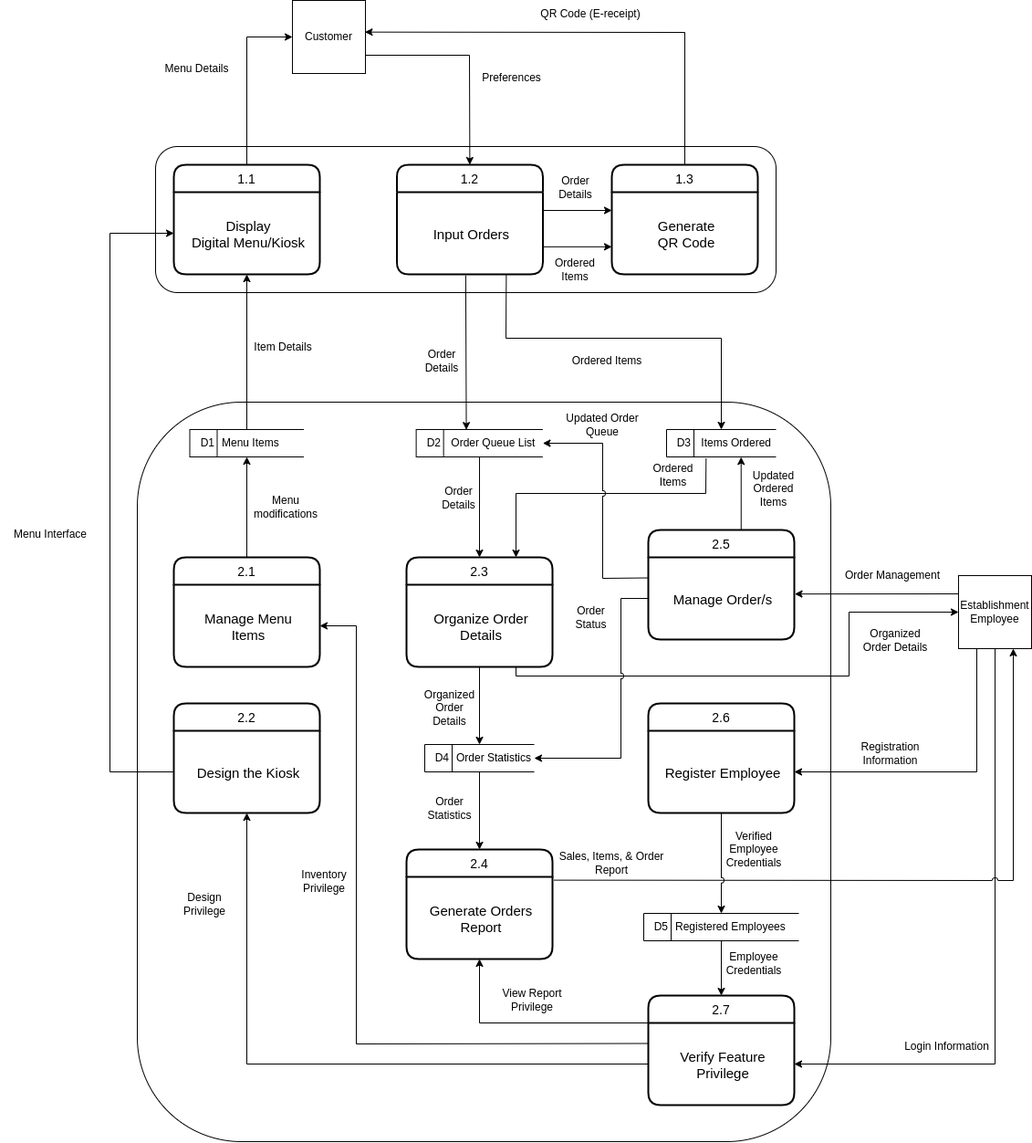
This is DOCS/Diagrams/DFD Child Diagrams.png from alexxGmZ/MenuMaApp, a draw.io export, as it was before one commit. Source tidied: cells renumbered, new cells last; positions are measured from the earlier drawing's top-left corner, leaving out a move shared by most shapes.
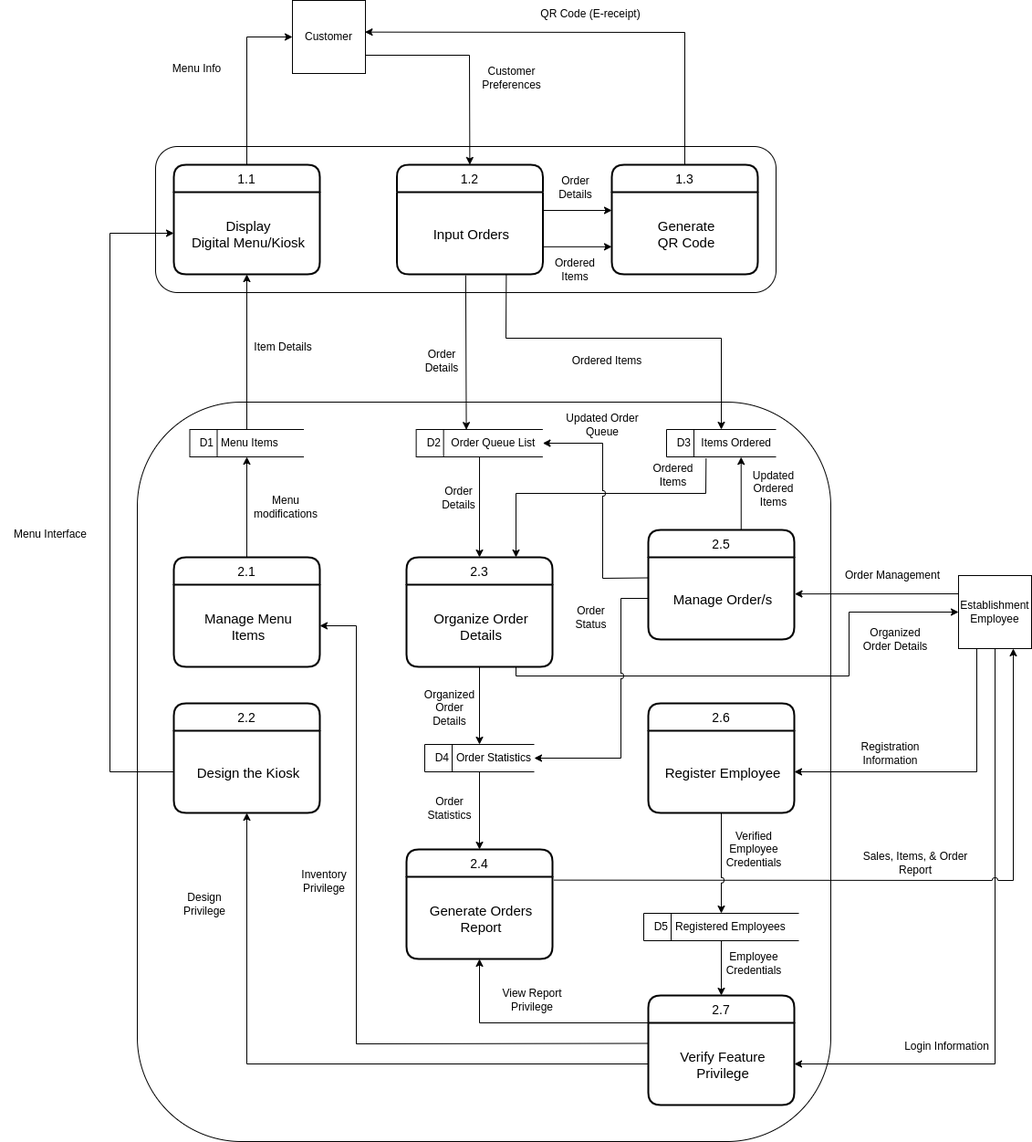
After the commit.

Commit message:
diagram(dfd): separate child diagrams

What changed in the source:
```diff
@@ -145,11 +145,11 @@
     <mxCell id="39" value="Generate &#10;QR Code" style="align=center;strokeColor=none;fillColor=none;spacingLeft=4;fontSize=15;verticalAlign=middle;" parent="38" vertex="1">
       <mxGeometry y="30" width="160" height="90" as="geometry" />
     </mxCell>
-    <mxCell id="40" value="Preferences" style="text;html=1;align=center;verticalAlign=middle;strokeColor=none;fillColor=none;" parent="1" vertex="1">
-      <mxGeometry x="515" y="70" width="90" height="30" as="geometry" />
+    <mxCell id="40" value="Customer&lt;br&gt;Preferences" style="text;html=1;align=center;verticalAlign=middle;strokeColor=none;fillColor=none;" parent="1" vertex="1">
+      <mxGeometry x="515" y="65" width="90" height="40" as="geometry" />
     </mxCell>
-    <mxCell id="41" value="Menu Details" style="text;html=1;align=center;verticalAlign=middle;strokeColor=none;fillColor=none;" parent="1" vertex="1">
-      <mxGeometry x="170" y="60" width="90" height="30" as="geometry" />
+    <mxCell id="41" value="Menu Info" style="text;html=1;align=center;verticalAlign=middle;strokeColor=none;fillColor=none;" parent="1" vertex="1">
+      <mxGeometry x="175" y="60" width="80" height="30" as="geometry" />
     </mxCell>
     <mxCell id="42" value="2.7" style="swimlane;horizontal=1;startSize=30;rounded=1;fontSize=14;fontStyle=0;strokeWidth=2;shadow=0;dashed=0;align=center;" parent="1" vertex="1">
       <mxGeometry x="710" y="1090" width="160" height="120" as="geometry" />
@@ -255,7 +255,7 @@
       <mxGeometry x="265" y="350" width="90" height="60" as="geometry" />
     </mxCell>
     <mxCell id="63" value="Sales, Items, &amp;amp; Order&lt;br&gt;Report" style="text;html=1;strokeColor=none;fillColor=none;align=center;verticalAlign=middle;whiteSpace=wrap;rounded=0;" parent="1" vertex="1">
-      <mxGeometry x="605" y="915" width="130" height="60" as="geometry" />
+      <mxGeometry x="937.5" y="915" width="130" height="60" as="geometry" />
     </mxCell>
     <mxCell id="64" value="Login Information" style="text;html=1;strokeColor=none;fillColor=none;align=center;verticalAlign=middle;whiteSpace=wrap;rounded=0;" parent="1" vertex="1">
       <mxGeometry x="990" y="1131" width="95" height="29" as="geometry" />
```
